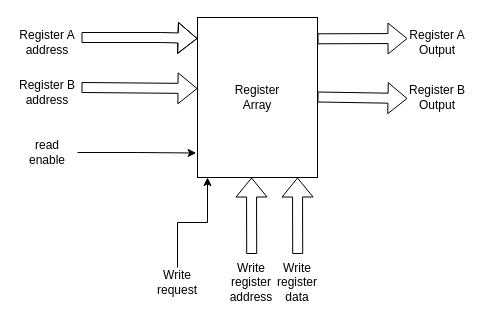
This is diagrams/decode_stage.drawio from vittorio01/CustomCPU, a draw.io file, before an edit. Source tidied: cells renumbered, new cells numbered last; positions are measured from the earlier drawing's top-left corner, leaving out a move shared by most shapes. Both pictures are drawn from the tidied source at 100%, with x=0, y=0 at pixel (17, 17).
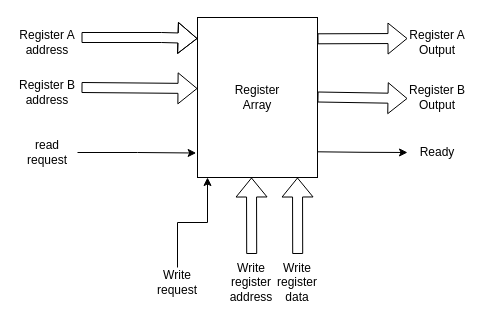
After the change.

What changed in the source:
```diff
@@
-    <mxCell id="11" value="read enable" style="text;html=1;strokeColor=none;fillColor=none;align=center;verticalAlign=middle;whiteSpace=wrap;rounded=0;" parent="1" vertex="1">
+    <mxCell id="11" value="&lt;div&gt;read &lt;br&gt;&lt;/div&gt;&lt;div&gt;request&lt;br&gt;&lt;/div&gt;" style="text;html=1;strokeColor=none;fillColor=none;align=center;verticalAlign=middle;whiteSpace=wrap;rounded=0;" parent="1" vertex="1">
       <mxGeometry y="120" width="60" height="30" as="geometry" />
     </mxCell>
@@
+    <mxCell id="19" style="edgeStyle=orthogonalEdgeStyle;rounded=0;orthogonalLoop=1;jettySize=auto;html=1;" parent="1" edge="1">
+      <mxGeometry relative="1" as="geometry">
+        <mxPoint x="300" y="134.3" as="sourcePoint" />
+        <mxPoint x="390" y="135" as="targetPoint" />
+      </mxGeometry>
+    </mxCell>
+    <mxCell id="20" value="&lt;div&gt;Ready&lt;br&gt;&lt;/div&gt;" style="text;html=1;strokeColor=none;fillColor=none;align=center;verticalAlign=middle;whiteSpace=wrap;rounded=0;" parent="1" vertex="1">
+      <mxGeometry x="390" y="120" width="60" height="30" as="geometry" />
+    </mxCell>
```
